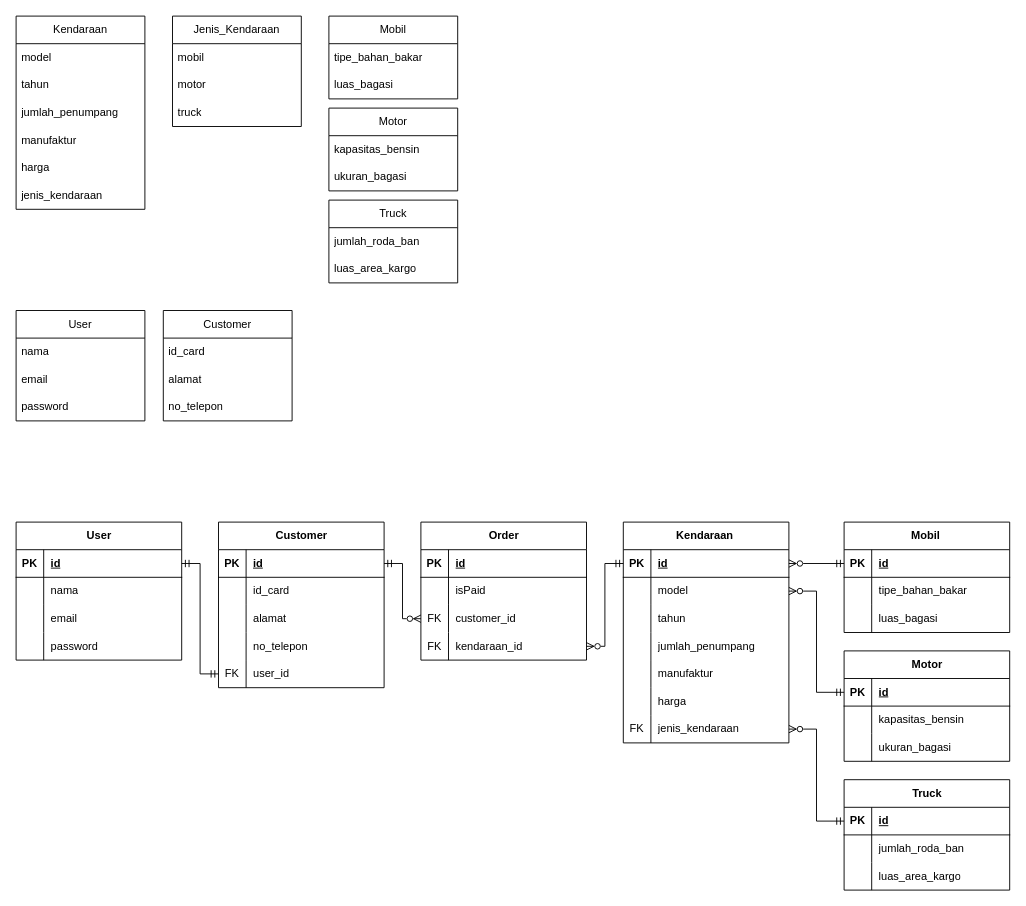
Earlier version of the draw.io diagram !documents/ERD.drawio (Nielioo/UC-Showroom). Source tidied: cells renumbered, new cells numbered last; positions are measured from the earlier drawing's top-left corner, leaving out a move shared by most shapes. Both pictures are drawn from the tidied source at 92%, with x=0, y=0 at pixel (16, 16).
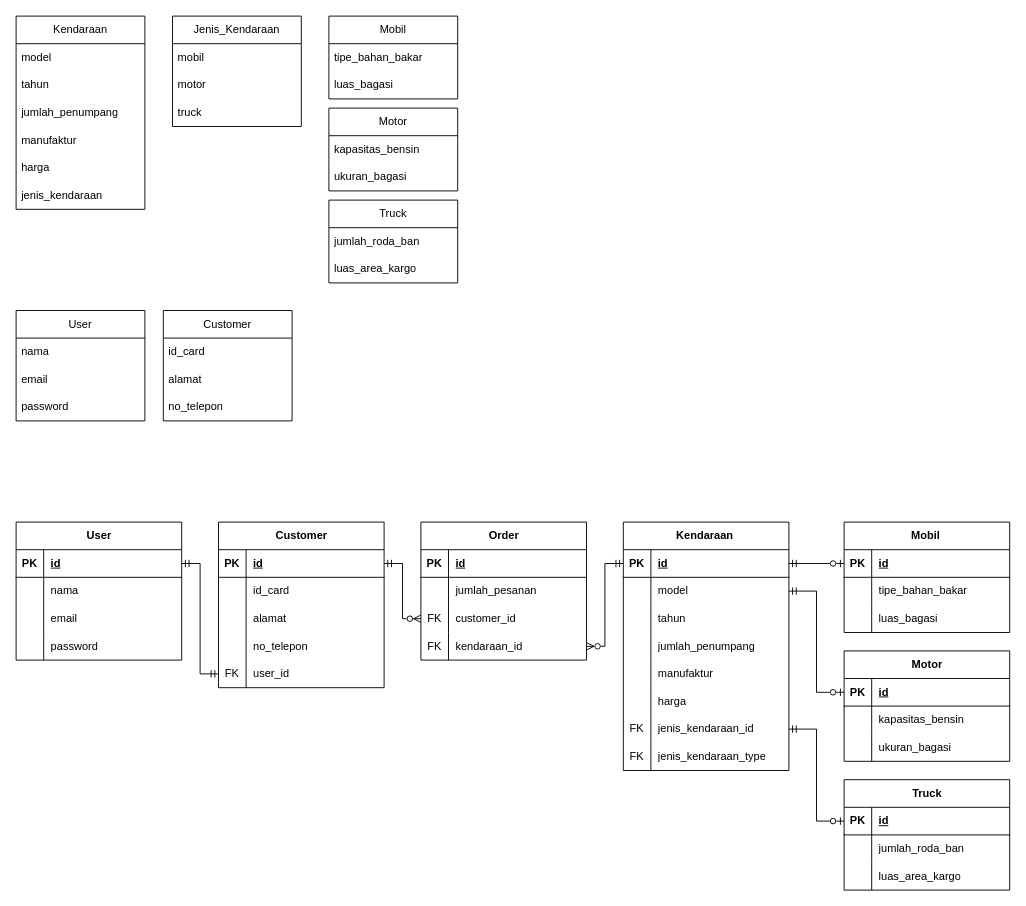
After the change.

Commit message (it also covers changes not shown here):
Fix: models and migrations based on ERD

The change refers to these unchanged cells:
```xml
<mxCell id="35" style="shape=tableRow;horizontal=0;startSize=0;swimlaneHead=0;swimlaneBody=0;fillColor=none;top=0;left=0;right=0;bottom=0;" parent="31" vertex="1">
  <mxGeometry y="60" width="180" height="30" as="geometry" />
</mxCell>
<mxCell id="74" style="shape=tableRow;horizontal=0;startSize=0;swimlaneHead=0;swimlaneBody=0;fillColor=none;points=[[0,0.5],[1,0.5]];portConstraint=eastwest;top=0;left=0;right=0;bottom=1;" parent="73" vertex="1">
  <mxGeometry y="30" width="180" height="30" as="geometry" />
</mxCell>
<mxCell id="77" style="shape=tableRow;horizontal=0;startSize=0;swimlaneHead=0;swimlaneBody=0;fillColor=none;points=[[0,0.5],[1,0.5]];portConstraint=eastwest;top=0;left=0;right=0;bottom=0;" parent="73" vertex="1">
  <mxGeometry y="60" width="180" height="30" as="geometry" />
</mxCell>
<mxCell id="92" style="shape=tableRow;horizontal=0;startSize=0;swimlaneHead=0;swimlaneBody=0;fillColor=none;points=[[0,0.5],[1,0.5]];portConstraint=eastwest;top=0;left=0;right=0;bottom=0;" parent="73" vertex="1">
  <mxGeometry y="210" width="180" height="30" as="geometry" />
</mxCell>
<mxCell id="96" style="shape=tableRow;horizontal=0;startSize=0;swimlaneHead=0;swimlaneBody=0;fillColor=none;points=[[0,0.5],[1,0.5]];portConstraint=eastwest;top=0;left=0;right=0;bottom=1;" parent="95" vertex="1">
  <mxGeometry y="30" width="180" height="30" as="geometry" />
</mxCell>
<mxCell id="106" style="shape=tableRow;horizontal=0;startSize=0;swimlaneHead=0;swimlaneBody=0;fillColor=none;points=[[0,0.5],[1,0.5]];portConstraint=eastwest;top=0;left=0;right=0;bottom=1;" parent="105" vertex="1">
  <mxGeometry y="30" width="180" height="30" as="geometry" />
</mxCell>
<mxCell id="116" style="shape=tableRow;horizontal=0;startSize=0;swimlaneHead=0;swimlaneBody=0;fillColor=none;points=[[0,0.5],[1,0.5]];portConstraint=eastwest;top=0;left=0;right=0;bottom=1;" parent="115" vertex="1">
  <mxGeometry y="30" width="180" height="30" as="geometry" />
</mxCell>
```

Change to the diagram source:
```diff
@@
-    <mxCell id="37" value="isPaid" style="shape=partialRectangle;fillColor=none;top=0;left=0;bottom=0;right=0;align=left;spacingLeft=6;overflow=hidden;whiteSpace=wrap;html=1;" parent="35" vertex="1">
+    <mxCell id="37" value="jumlah_pesanan" style="shape=partialRectangle;fillColor=none;top=0;left=0;bottom=0;right=0;align=left;spacingLeft=6;overflow=hidden;whiteSpace=wrap;html=1;" parent="35" vertex="1">
       <mxGeometry x="30" width="150" height="30" as="geometry" />
     </mxCell>
@@
     <mxCell id="73" value="Kendaraan&amp;nbsp;" style="shape=table;startSize=30;childLayout=tableLayout;rowLines=0;fontStyle=1;align=center;html=1;" parent="1" vertex="1">
-      <mxGeometry x="660" y="550" width="180" height="240" as="geometry" />
+      <mxGeometry x="660" y="550" width="180" height="270" as="geometry" />
     </mxCell>
@@
-    <mxCell id="94" value="jenis_kendaraan" style="shape=partialRectangle;fillColor=none;top=0;left=0;bottom=0;right=0;align=left;spacingLeft=6;overflow=hidden;whiteSpace=wrap;html=1;" parent="92" vertex="1">
+    <mxCell id="94" value="jenis_kendaraan_id" style="shape=partialRectangle;fillColor=none;top=0;left=0;bottom=0;right=0;align=left;spacingLeft=6;overflow=hidden;whiteSpace=wrap;html=1;" parent="92" vertex="1">
       <mxGeometry x="30" width="150" height="30" as="geometry" />
     </mxCell>
+    <mxCell id="130" style="shape=tableRow;horizontal=0;startSize=0;swimlaneHead=0;swimlaneBody=0;fillColor=none;top=0;left=0;right=0;bottom=0;" parent="73" vertex="1">
+      <mxGeometry y="240" width="180" height="30" as="geometry" />
+    </mxCell>
+    <mxCell id="131" value="FK" style="shape=partialRectangle;fillColor=none;top=0;left=0;bottom=0;right=0;overflow=hidden;whiteSpace=wrap;html=1;" parent="130" vertex="1">
+      <mxGeometry width="30" height="30" as="geometry" />
+    </mxCell>
+    <mxCell id="132" value="jenis_kendaraan_type" style="shape=partialRectangle;fillColor=none;top=0;left=0;bottom=0;right=0;align=left;spacingLeft=6;overflow=hidden;whiteSpace=wrap;html=1;" parent="130" vertex="1">
+      <mxGeometry x="30" width="150" height="30" as="geometry" />
+    </mxCell>
@@
-    <mxCell id="125" style="edgeStyle=orthogonalEdgeStyle;rounded=0;jettySize=auto;html=1;entryX=0;entryY=0.5;entryDx=0;entryDy=0;startArrow=ERzeroToMany;startFill=0;endArrow=ERmandOne;endFill=0;exitX=1;exitY=0.5;exitDx=0;exitDy=0;" parent="1" edge="1" source="74" target="96">
+    <mxCell id="125" style="edgeStyle=orthogonalEdgeStyle;rounded=0;jettySize=auto;html=1;entryX=0;entryY=0.5;entryDx=0;entryDy=0;startArrow=ERmandOne;startFill=0;endArrow=ERzeroToOne;endFill=0;exitX=1;exitY=0.5;exitDx=0;exitDy=0;" parent="1" edge="1" source="74" target="96">
       <mxGeometry relative="1" as="geometry" />
     </mxCell>
-    <mxCell id="126" style="edgeStyle=orthogonalEdgeStyle;rounded=0;jettySize=auto;html=1;entryX=0;entryY=0.5;entryDx=0;entryDy=0;endArrow=ERmandOne;endFill=0;startArrow=ERzeroToMany;startFill=0;exitX=1;exitY=0.5;exitDx=0;exitDy=0;" parent="1" edge="1" source="77" target="106">
+    <mxCell id="126" style="edgeStyle=orthogonalEdgeStyle;rounded=0;jettySize=auto;html=1;entryX=0;entryY=0.5;entryDx=0;entryDy=0;endArrow=ERzeroToOne;endFill=0;startArrow=ERmandOne;startFill=0;exitX=1;exitY=0.5;exitDx=0;exitDy=0;" parent="1" edge="1" source="77" target="106">
       <mxGeometry relative="1" as="geometry" />
     </mxCell>
-    <mxCell id="127" style="edgeStyle=orthogonalEdgeStyle;rounded=0;jettySize=auto;html=1;entryX=0;entryY=0.5;entryDx=0;entryDy=0;endArrow=ERmandOne;endFill=0;startArrow=ERzeroToMany;startFill=0;" parent="1" edge="1" source="92" target="116">
+    <mxCell id="127" style="edgeStyle=orthogonalEdgeStyle;rounded=0;jettySize=auto;html=1;entryX=0;entryY=0.5;entryDx=0;entryDy=0;endArrow=ERzeroToOne;endFill=0;startArrow=ERmandOne;startFill=0;" parent="1" edge="1" source="92" target="116">
       <mxGeometry relative="1" as="geometry" />
     </mxCell>
```
